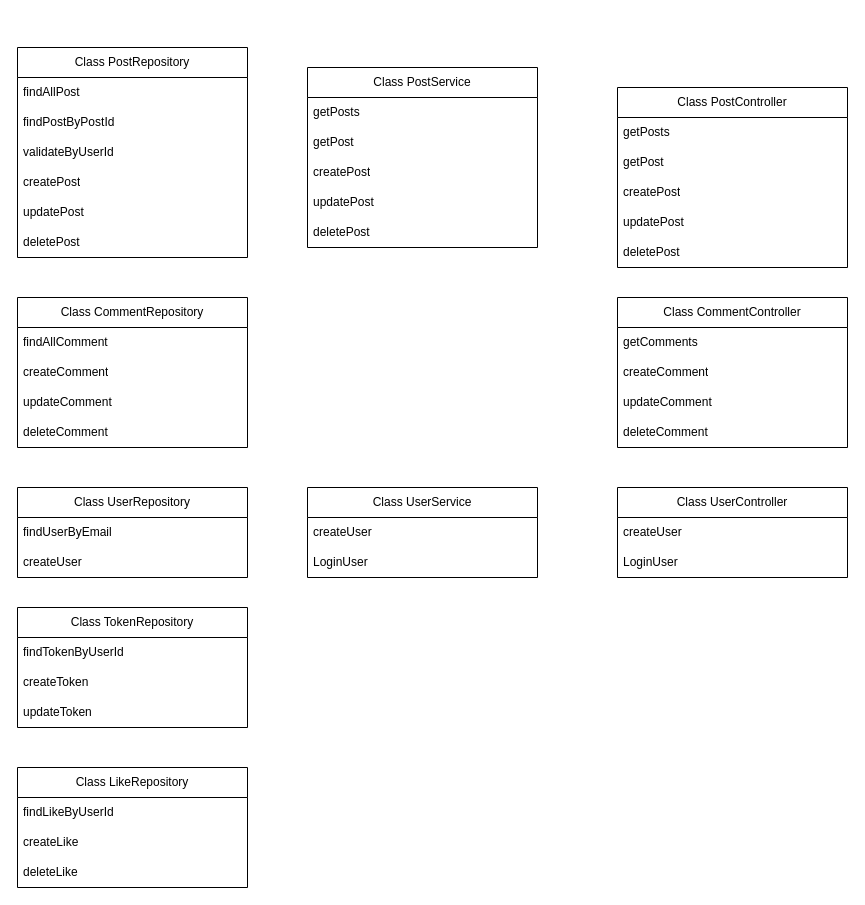
Before: class.drawio in Hangju0610/hanghae99_Lv5_test, a draw.io diagram. Source tidied: cells renumbered, new cells numbered last; positions are measured from the earlier drawing's top-left corner, leaving out a move shared by most shapes. Both pictures are drawn from the tidied source at 100%, with x=0, y=0 at pixel (17, 47).
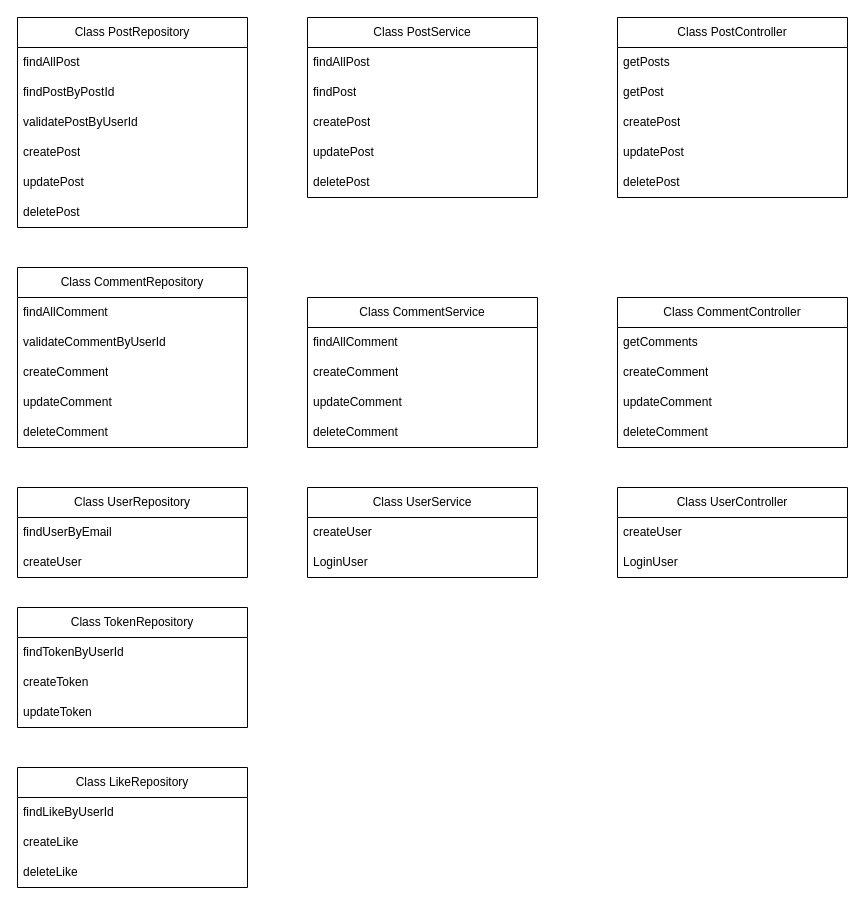
The same page after the edit.

What changed in the source:
```diff
@@
     <mxCell id="2" value="Class PostRepository" style="swimlane;fontStyle=0;horizontal=1;startSize=30;whiteSpace=wrap;html=1;" parent="1" vertex="1">
-      <mxGeometry width="230" height="210" as="geometry" />
+      <mxGeometry y="-30" width="230" height="210" as="geometry" />
     </mxCell>
@@
-    <mxCell id="5" value="validateByUserId" style="text;strokeColor=none;fillColor=none;align=left;verticalAlign=middle;spacingLeft=4;spacingRight=4;overflow=hidden;whiteSpace=wrap;html=1;" parent="2" vertex="1">
+    <mxCell id="5" value="validatePostByUserId" style="text;strokeColor=none;fillColor=none;align=left;verticalAlign=middle;spacingLeft=4;spacingRight=4;overflow=hidden;whiteSpace=wrap;html=1;" parent="2" vertex="1">
       <mxGeometry y="90" width="230" height="30" as="geometry" />
     </mxCell>
@@
     <mxCell id="12" value="Class CommentRepository" style="swimlane;fontStyle=0;horizontal=1;startSize=30;whiteSpace=wrap;html=1;" parent="1" vertex="1">
-      <mxGeometry y="250" width="230" height="150" as="geometry" />
+      <mxGeometry y="220" width="230" height="180" as="geometry" />
     </mxCell>
@@
+    <mxCell id="48" value="validateCommentByUserId" style="text;strokeColor=none;fillColor=none;align=left;verticalAlign=middle;spacingLeft=4;spacingRight=4;overflow=hidden;whiteSpace=wrap;html=1;" parent="12" vertex="1">
+      <mxGeometry y="60" width="230" height="30" as="geometry" />
+    </mxCell>
     <mxCell id="14" value="createComment" style="text;strokeColor=none;fillColor=none;align=left;verticalAlign=middle;spacingLeft=4;spacingRight=4;overflow=hidden;whiteSpace=wrap;html=1;" parent="12" vertex="1">
-      <mxGeometry y="60" width="230" height="30" as="geometry" />
+      <mxGeometry y="90" width="230" height="30" as="geometry" />
     </mxCell>
     <mxCell id="15" value="updateComment" style="text;strokeColor=none;fillColor=none;align=left;verticalAlign=middle;spacingLeft=4;spacingRight=4;overflow=hidden;whiteSpace=wrap;html=1;" parent="12" vertex="1">
-      <mxGeometry y="90" width="230" height="30" as="geometry" />
+      <mxGeometry y="120" width="230" height="30" as="geometry" />
     </mxCell>
     <mxCell id="16" value="deleteComment" style="text;strokeColor=none;fillColor=none;align=left;verticalAlign=middle;spacingLeft=4;spacingRight=4;overflow=hidden;whiteSpace=wrap;html=1;" parent="12" vertex="1">
-      <mxGeometry y="120" width="230" height="30" as="geometry" />
+      <mxGeometry y="150" width="230" height="30" as="geometry" />
     </mxCell>
@@
     <mxCell id="31" value="Class PostController" style="swimlane;fontStyle=0;horizontal=1;startSize=30;whiteSpace=wrap;html=1;" parent="1" vertex="1">
-      <mxGeometry x="600" y="40" width="230" height="180" as="geometry" />
+      <mxGeometry x="600" y="-30" width="230" height="180" as="geometry" />
     </mxCell>
@@
     <mxCell id="42" value="Class PostService" style="swimlane;fontStyle=0;horizontal=1;startSize=30;whiteSpace=wrap;html=1;" parent="1" vertex="1">
-      <mxGeometry x="290" y="20" width="230" height="180" as="geometry" />
+      <mxGeometry x="290" y="-30" width="230" height="180" as="geometry" />
     </mxCell>
-    <mxCell id="43" value="getPosts" style="text;strokeColor=none;fillColor=none;align=left;verticalAlign=middle;spacingLeft=4;spacingRight=4;overflow=hidden;whiteSpace=wrap;html=1;" parent="42" vertex="1">
+    <mxCell id="43" value="findAllPost" style="text;strokeColor=none;fillColor=none;align=left;verticalAlign=middle;spacingLeft=4;spacingRight=4;overflow=hidden;whiteSpace=wrap;html=1;" parent="42" vertex="1">
       <mxGeometry y="30" width="230" height="30" as="geometry" />
     </mxCell>
-    <mxCell id="44" value="getPost" style="text;strokeColor=none;fillColor=none;align=left;verticalAlign=middle;spacingLeft=4;spacingRight=4;overflow=hidden;whiteSpace=wrap;html=1;" parent="42" vertex="1">
+    <mxCell id="44" value="findPost" style="text;strokeColor=none;fillColor=none;align=left;verticalAlign=middle;spacingLeft=4;spacingRight=4;overflow=hidden;whiteSpace=wrap;html=1;" parent="42" vertex="1">
       <mxGeometry y="60" width="230" height="30" as="geometry" />
     </mxCell>
@@
+    <mxCell id="49" value="Class CommentService" style="swimlane;fontStyle=0;horizontal=1;startSize=30;whiteSpace=wrap;html=1;" parent="1" vertex="1">
+      <mxGeometry x="290" y="250" width="230" height="150" as="geometry" />
+    </mxCell>
+    <mxCell id="50" value="findAllComment" style="text;strokeColor=none;fillColor=none;align=left;verticalAlign=middle;spacingLeft=4;spacingRight=4;overflow=hidden;whiteSpace=wrap;html=1;" parent="49" vertex="1">
+      <mxGeometry y="30" width="230" height="30" as="geometry" />
+    </mxCell>
+    <mxCell id="51" value="createComment" style="text;strokeColor=none;fillColor=none;align=left;verticalAlign=middle;spacingLeft=4;spacingRight=4;overflow=hidden;whiteSpace=wrap;html=1;" parent="49" vertex="1">
+      <mxGeometry y="60" width="230" height="30" as="geometry" />
+    </mxCell>
+    <mxCell id="52" value="updateComment" style="text;strokeColor=none;fillColor=none;align=left;verticalAlign=middle;spacingLeft=4;spacingRight=4;overflow=hidden;whiteSpace=wrap;html=1;" parent="49" vertex="1">
+      <mxGeometry y="90" width="230" height="30" as="geometry" />
+    </mxCell>
+    <mxCell id="53" value="deleteComment" style="text;strokeColor=none;fillColor=none;align=left;verticalAlign=middle;spacingLeft=4;spacingRight=4;overflow=hidden;whiteSpace=wrap;html=1;" parent="49" vertex="1">
+      <mxGeometry y="120" width="230" height="30" as="geometry" />
+    </mxCell>
```
